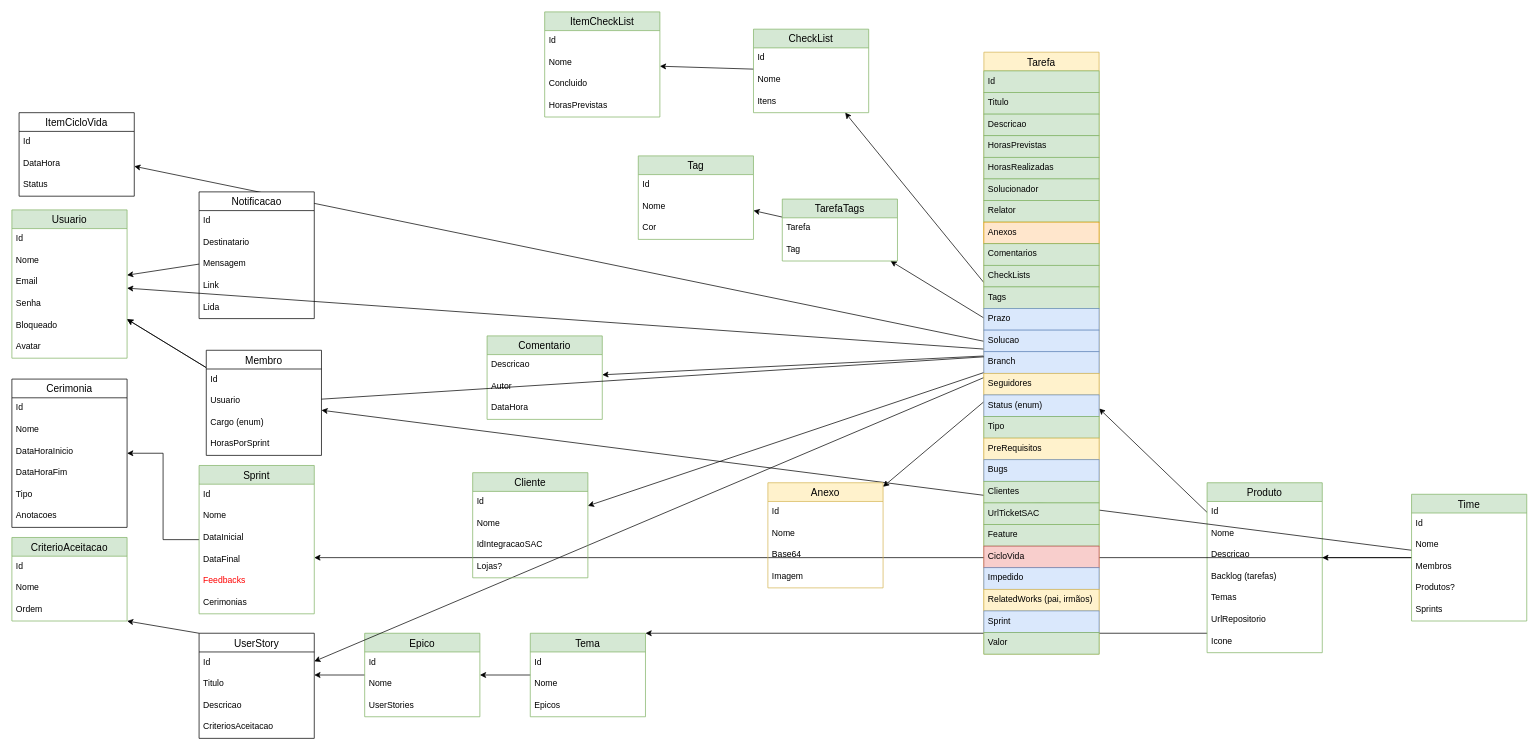
Earlier version of the draw.io diagram page "ordem" (1 of 2) of Agilis-Back/docs/Untitled Diagram.drawio (ddsdaniel/Agilis). Source tidied: cells renumbered, new cells numbered last; positions are measured from the earlier drawing's top-left corner, leaving out a move shared by most shapes. Both pictures are drawn from the tidied source at 72%, with x=0, y=0 at pixel (12, 12).
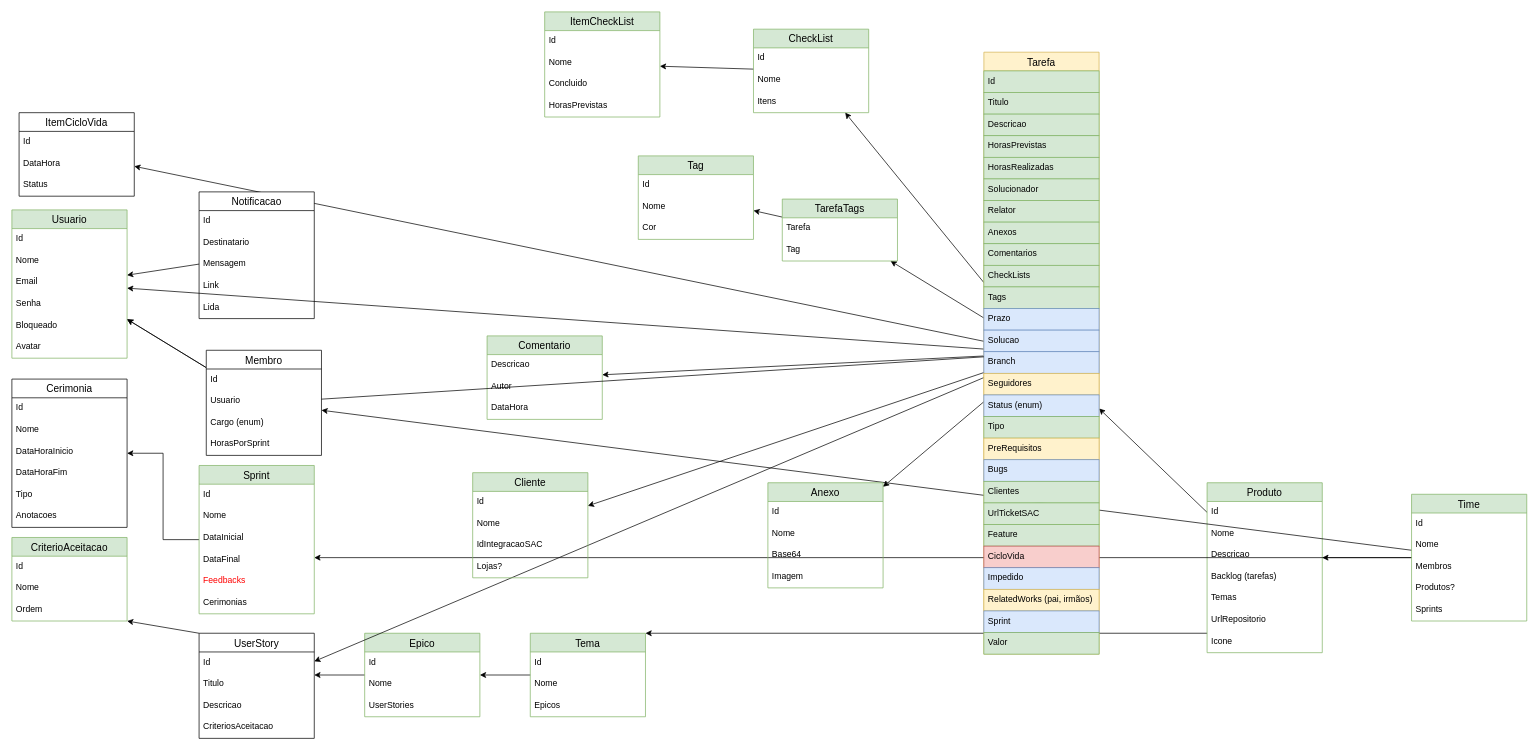
The same page after the edit.

Unchanged cells that the change refers to:
```xml
<mxCell id="88" value="Tarefa" style="swimlane;fontStyle=0;horizontal=1;startSize=26;align=center;fontSize=14;fillColor=#fff2cc;strokeColor=#d6b656;" parent="1" vertex="1">
  <mxGeometry x="1350" y="56" width="160" height="836" as="geometry" />
</mxCell>
```

What changed in the source:
```diff
@@
-    <mxCell id="57" value="Anexo" style="swimlane;fontStyle=0;horizontal=1;startSize=26;align=center;fontSize=14;fillColor=#fff2cc;strokeColor=#d6b656;" parent="1" vertex="1">
+    <mxCell id="57" value="Anexo" style="swimlane;fontStyle=0;horizontal=1;startSize=26;align=center;fontSize=14;fillColor=#d5e8d4;strokeColor=#82b366;" parent="1" vertex="1">
       <mxGeometry x="1050" y="654" width="160" height="146" as="geometry" />
     </mxCell>
@@
-    <mxCell id="96" value="Anexos" style="text;strokeColor=#d79b00;fillColor=#ffe6cc;spacingLeft=4;spacingRight=4;overflow=hidden;fontSize=12;" parent="88" vertex="1">
+    <mxCell id="96" value="Anexos" style="text;strokeColor=#82b366;fillColor=#d5e8d4;spacingLeft=4;spacingRight=4;overflow=hidden;fontSize=12;" parent="88" vertex="1">
       <mxGeometry y="236" width="160" height="30" as="geometry" />
     </mxCell>
```
